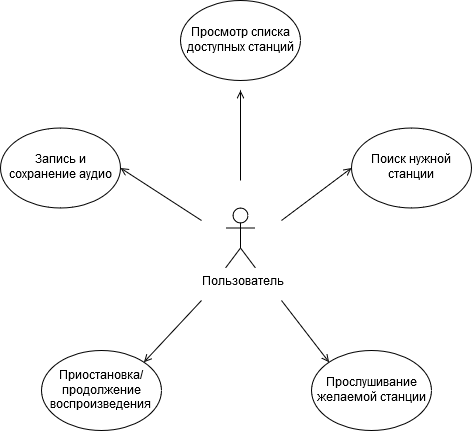
This is Documents/Diagrams/UseCases/UseCases.png from CharleyCattac/RadioNetRE, a draw.io export, as it was before one commit. Source tidied: cells renumbered, new cells last; positions are measured from the earlier drawing's top-left corner, leaving out a move shared by most shapes.
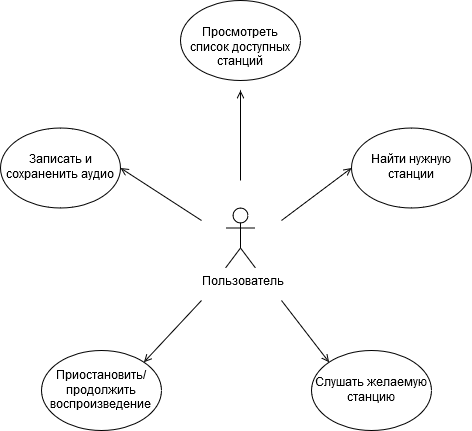
Above is the later version.

What changed in the source:
```diff
@@ -5,19 +5,19 @@
     <mxCell id="2" value="&lt;div&gt;Пользователь&lt;/div&gt;" style="shape=umlActor;verticalLabelPosition=bottom;labelBackgroundColor=#ffffff;verticalAlign=top;html=1;" parent="1" vertex="1">
       <mxGeometry x="225" y="207.5" width="30" height="60" as="geometry" />
     </mxCell>
-    <mxCell id="3" value="Просмотр списка доступных станций" style="ellipse;whiteSpace=wrap;html=1;" parent="1" vertex="1">
+    <mxCell id="3" value="Просмотреть список доступных станций" style="ellipse;whiteSpace=wrap;html=1;" parent="1" vertex="1">
       <mxGeometry x="180" width="120" height="80" as="geometry" />
     </mxCell>
-    <mxCell id="4" value="Поиск нужной станции" style="ellipse;whiteSpace=wrap;html=1;" parent="1" vertex="1">
+    <mxCell id="4" value="Найти нужную станции" style="ellipse;whiteSpace=wrap;html=1;" parent="1" vertex="1">
       <mxGeometry x="351" y="127.5" width="120" height="80" as="geometry" />
     </mxCell>
-    <mxCell id="5" value="Прослушивание желаемой станции" style="ellipse;whiteSpace=wrap;html=1;" parent="1" vertex="1">
+    <mxCell id="5" value="Слушать желаемую станцию" style="ellipse;whiteSpace=wrap;html=1;" parent="1" vertex="1">
       <mxGeometry x="311" y="350" width="120" height="80" as="geometry" />
     </mxCell>
-    <mxCell id="6" value="&lt;div&gt;Приостановка/&lt;/div&gt;&lt;div&gt;продолжение воспроизведения&lt;br&gt;&lt;/div&gt;" style="ellipse;whiteSpace=wrap;html=1;" parent="1" vertex="1">
+    <mxCell id="6" value="&lt;div&gt;Приостановить/&lt;/div&gt;&lt;div&gt;продолжить воспроизведение&lt;br&gt;&lt;/div&gt;" style="ellipse;whiteSpace=wrap;html=1;" parent="1" vertex="1">
       <mxGeometry x="41" y="350" width="120" height="80" as="geometry" />
     </mxCell>
-    <mxCell id="7" value="Запись и сохранение аудио" style="ellipse;whiteSpace=wrap;html=1;" parent="1" vertex="1">
+    <mxCell id="7" value="Записать и сохраненить аудио" style="ellipse;whiteSpace=wrap;html=1;" parent="1" vertex="1">
       <mxGeometry y="127.5" width="120" height="80" as="geometry" />
     </mxCell>
     <mxCell id="8" style="endArrow=open;html=1;entryX=1;entryY=0;entryDx=0;entryDy=0;endFill=0;" parent="1" edge="1" target="6">
```
